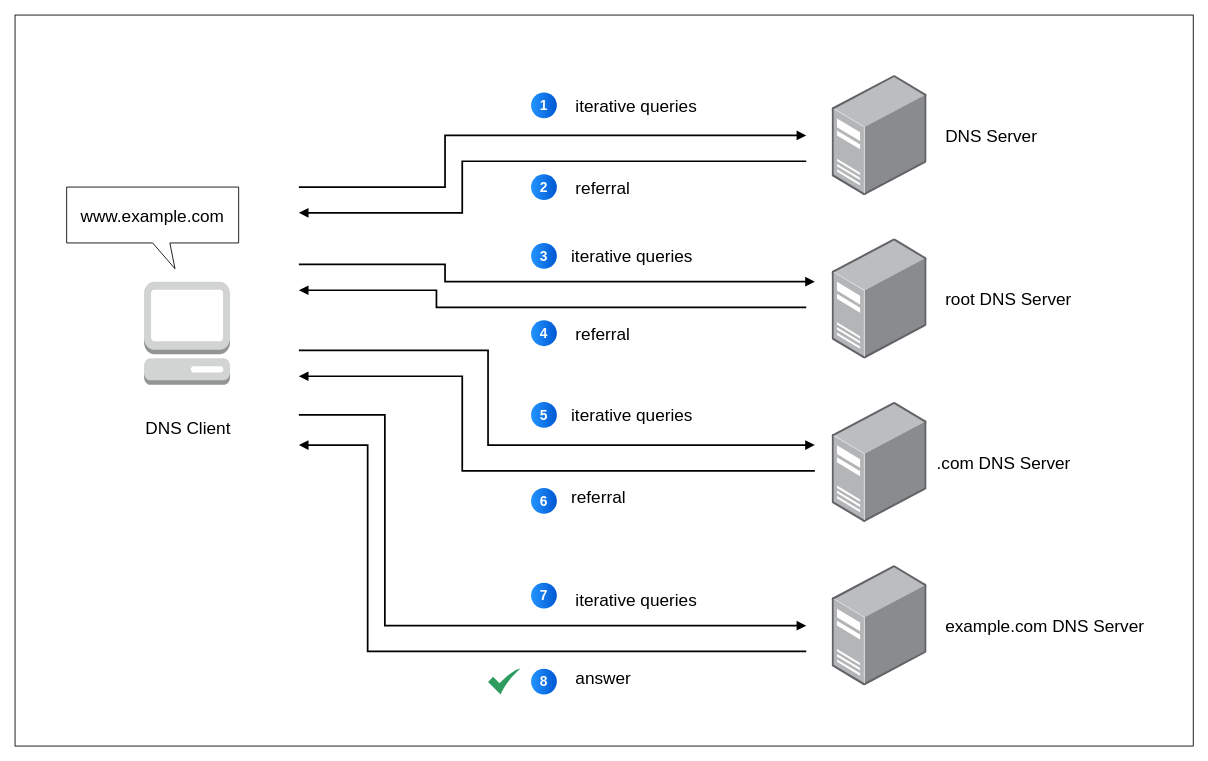
This is page "basics-dns-iterative" (13 of 14) of assets/drawio/all-things-network.drawio from joseeden/joeden, a draw.io file, before an edit. Source tidied: cells renumbered, new cells numbered last; positions are measured from the earlier drawing's top-left corner, leaving out a move shared by most shapes. Both pictures are drawn from the tidied source at 86%, with x=0, y=0 at pixel (15, 15).
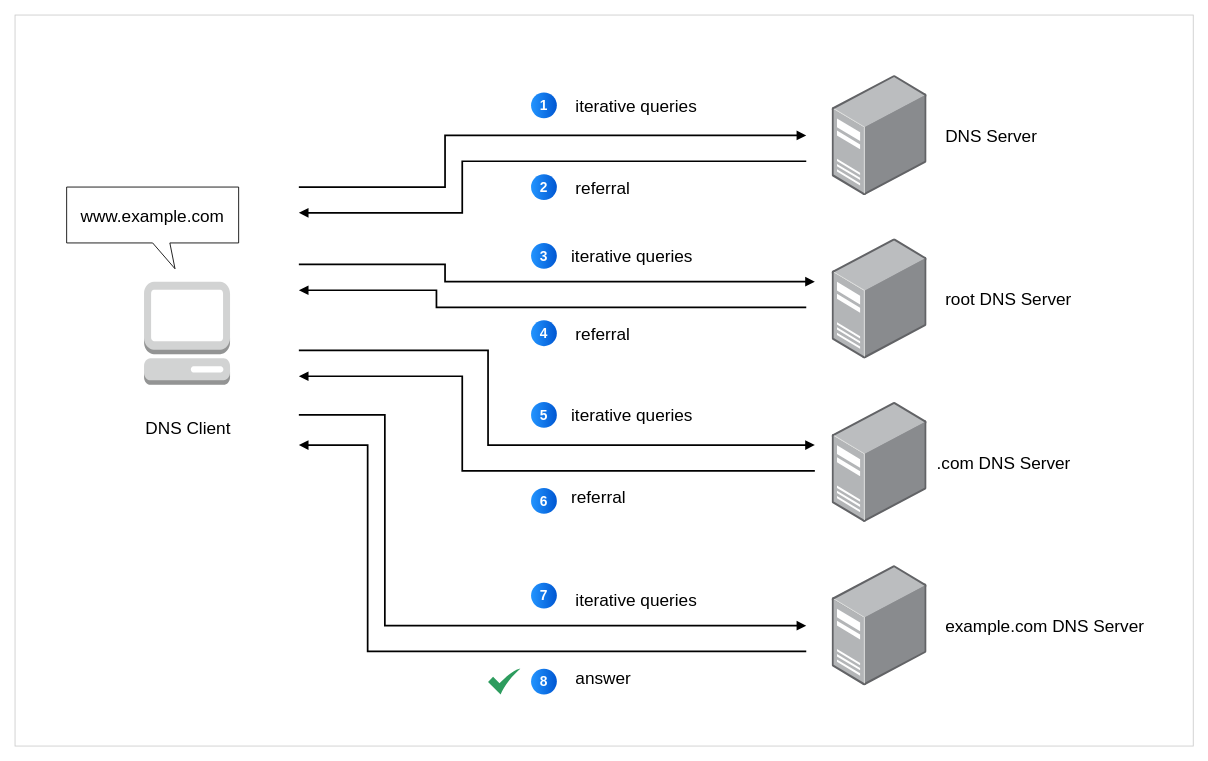
After the change.

Change to the diagram source:
```diff
@@
-    <mxCell id="2" style="rounded=0;whiteSpace=wrap;html=1;" parent="1" vertex="1">
+    <mxCell id="2" style="rounded=0;whiteSpace=wrap;html=1;strokeColor=#CCCCCC;" parent="1" vertex="1">
       <mxGeometry width="1370" height="850" as="geometry" />
     </mxCell>
```
